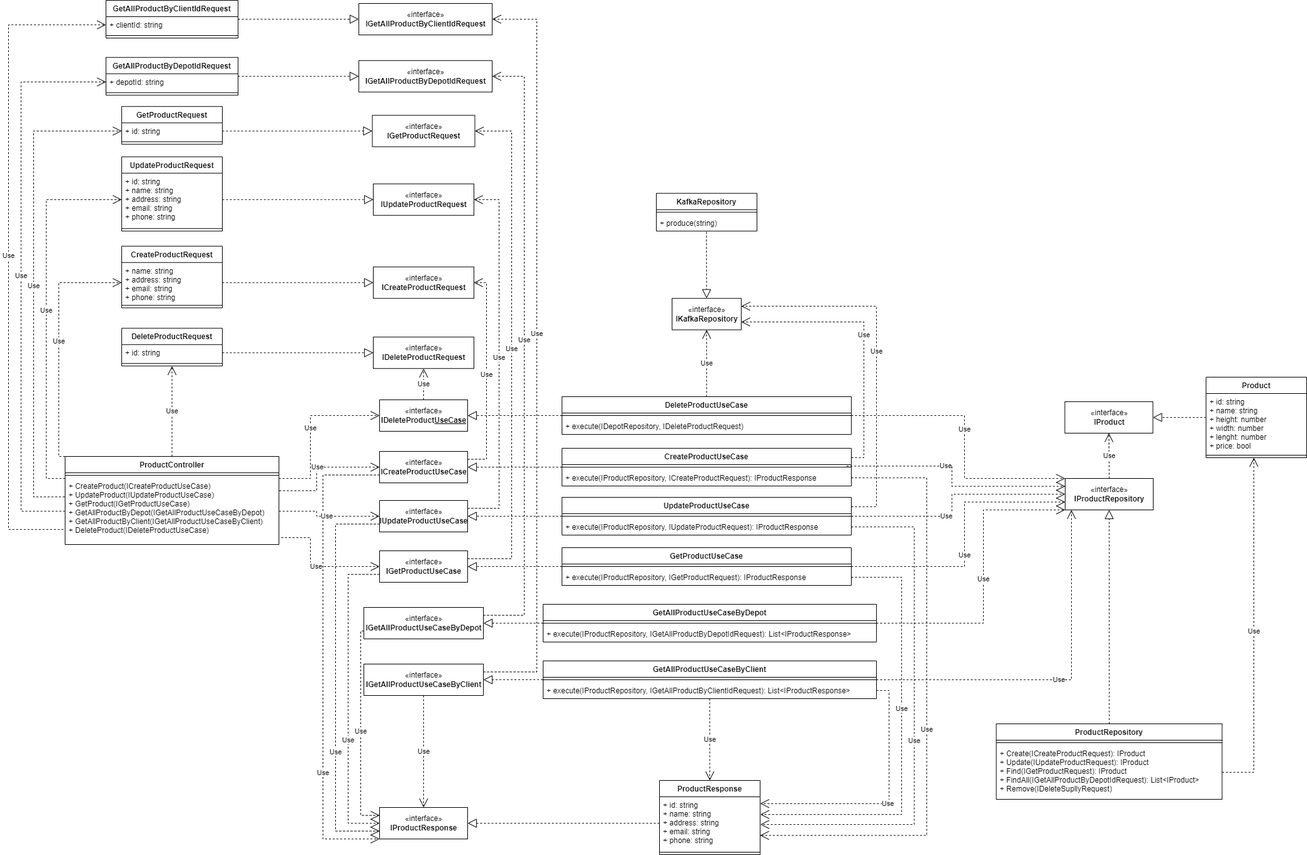
Above: project/diagrams/class-diagrams/products-service/png/products-service.png in bitols/logistics-services-management (draw.io), before the change. Source tidied: cells renumbered, new cells last; positions are measured from the earlier drawing's top-left corner, leaving out a move shared by most shapes.
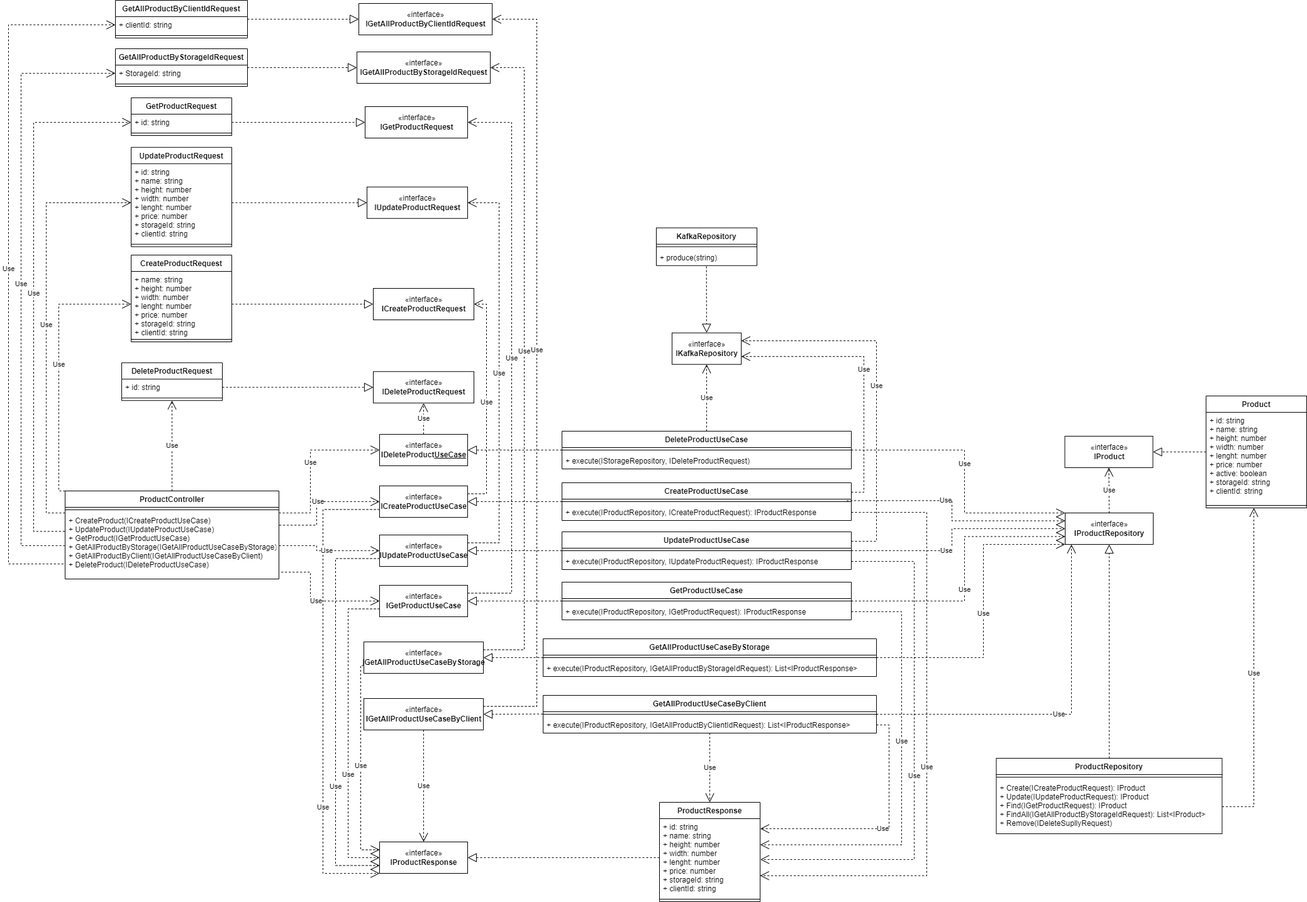
After the change.

Change to the diagram source:
```diff
@@ -53,7 +53,7 @@
     <mxCell id="18" style="line;strokeWidth=1;fillColor=none;align=left;verticalAlign=middle;spacingTop=-1;spacingLeft=3;spacingRight=3;labelPosition=right;" parent="17" vertex="1">
       <mxGeometry y="26" width="460" height="8" as="geometry" />
     </mxCell>
-    <mxCell id="19" value="+ execute(IDepotRepository, IDeleteProductRequest)" style="text;strokeColor=none;fillColor=none;align=left;verticalAlign=top;spacingLeft=4;spacingRight=4;overflow=hidden;" parent="17" vertex="1">
+    <mxCell id="19" value="+ execute(IStorageRepository, IDeleteProductRequest)" style="text;strokeColor=none;fillColor=none;align=left;verticalAlign=top;spacingLeft=4;spacingRight=4;overflow=hidden;" parent="17" vertex="1">
       <mxGeometry y="34" width="460" height="26" as="geometry" />
     </mxCell>
     <mxCell id="20" value="&lt;span style=&quot;color: rgba(0 , 0 , 0 , 0) ; font-family: monospace ; font-size: 0px&quot;&gt;%3CmxGraphModel%3E%3Croot%3E%3CmxCell%20id%3D%220%22%2F%3E%3CmxCell%20id%3D%221%22%20parent%3D%220%22%2F%3E%3CmxCell%20id%3D%222%22%20value%3D%22%C2%ABinterface%C2%BB%26lt%3Bbr%26gt%3B%26lt%3Bb%26gt%3BICreateProductRequest%26lt%3B%2Fb%26gt%3B%22%20style%3D%22html%3D1%3B%22%20vertex%3D%221%22%20parent%3D%221%22%3E%3CmxGeometry%20x%3D%22-1110%22%20y%3D%22-2160%22%20width%3D%22140%22%20height%3D%2250%22%20as%3D%22geometry%22%2F%3E%3C%2FmxCell%3E%3CmxCell%20id%3D%223%22%20value%3D%22%C2%ABinterface%C2%BB%26lt%3Bbr%26gt%3B%26lt%3Bb%26gt%3BIGetProductRequest%26lt%3B%2Fb%26gt%3B%22%20style%3D%22html%3D1%3B%22%20vertex%3D%221%22%20parent%3D%221%22%3E%3CmxGeometry%20x%3D%22-1110%22%20y%3D%22-2040%22%20width%3D%22140%22%20height%3D%2250%22%20as%3D%22geometry%22%2F%3E%3C%2FmxCell%3E%3CmxCell%20id%3D%224%22%20value%3D%22%C2%ABinterface%C2%BB%26lt%3Bbr%26gt%3B%26lt%3Bb%26gt%3BIUpdateProductR%26lt%3B%2Fb%26gt%3B%26lt%3Bspan%20style%3D%26quot%3Bcolor%3A%20rgba(0%20%2C%200%20%2C%200%20%2C%200)%20%3B%20font-family%3A%20monospace%20%3B%20font-size%3A%200px%26quot%3B%26gt%3B%253CmxGraphModel%253E%253Croot%253E%253CmxCell%2520id%253D%25220%2522%252F%253E%253CmxCell%2520id%253D%25221%2522%2520parent%253D%25220%2522%252F%253E%253CmxCell%2520id%253D%25222%2522%2520value%253D%2522%25C2%25ABinterface%25C2%25BB%2526lt%253Bbr%2526gt%253B%2526lt%253Bb%2526gt%253BICreateProductRequest%2526lt%253B%252Fb%2526gt%253B%2522%2520style%253D%2522html%253D1%253B%2522%2520vertex%253D%25221%2522%2520parent%253D%25221%2522%253E%253CmxGeometry%2520x%253D%2522-790%2522%2520y%253D%2522-1310%2522%2520width%253D%2522140%2522%2520height%253D%252250%2522%2520as%253D%2522geometry%2522%252F%253E%253C%252FmxCell%253E%253C%252Froot%253E%253C%252FmxGraphModel%253E%26lt%3B%2Fspan%26gt%3B%26lt%3Bb%26gt%3B%26lt%3Bbr%26gt%3Bequest%26lt%3B%2Fb%26gt%3B%22%20style%3D%22html%3D1%3B%22%20vertex%3D%221%22%20parent%3D%221%22%3E%3CmxGeometry%20x%3D%22-1110%22%20y%3D%22-2100%22%20width%3D%22140%22%20height%3D%2250%22%20as%3D%22geometry%22%2F%3E%3C%2FmxCell%3E%3CmxCell%20id%3D%225%22%20value%3D%22%C2%ABinterface%C2%BB%26lt%3Bbr%26gt%3B%26lt%3Bb%26gt%3BIDeleteProductRequest%26lt%3B%2Fb%26gt%3B%22%20style%3D%22html%3D1%3B%22%20vertex%3D%221%22%20parent%3D%221%22%3E%3CmxGeometry%20x%3D%22-1110%22%20y%3D%22-1980%22%20width%3D%22140%22%20height%3D%2250%22%20as%3D%22geometry%22%2F%3E%3C%2FmxCell%3E%3C%2Froot%3E%3C%2FmxGraphModel%3E&lt;/span&gt;" style="html=1;strokeColor=none;fillColor=none;" parent="1" vertex="1">
@@ -158,7 +158,7 @@
       <mxGeometry relative="1" as="geometry" />
     </mxCell>
     <mxCell id="36" value="GetProductRequest" style="swimlane;fontStyle=1;align=center;verticalAlign=top;horizontal=1;startSize=26;" parent="1" vertex="1">
-      <mxGeometry x="180" y="168.8" width="160" height="60" as="geometry" />
+      <mxGeometry x="195" y="100" width="160" height="60" as="geometry" />
     </mxCell>
     <mxCell id="37" value="+ id: string" style="text;strokeColor=none;fillColor=none;align=left;verticalAlign=top;spacingLeft=4;spacingRight=4;overflow=hidden;points=[[0,0.5],[1,0.5]];portConstraint=eastwest;" parent="36" vertex="1">
       <mxGeometry y="26" width="160" height="26" as="geometry" />
@@ -167,22 +167,22 @@
       <mxGeometry y="52" width="160" height="8" as="geometry" />
     </mxCell>
     <mxCell id="39" value="UpdateProductRequest" style="swimlane;fontStyle=1;align=center;verticalAlign=top;horizontal=1;startSize=26;" parent="1" vertex="1">
-      <mxGeometry x="180" y="248.8" width="160" height="118" as="geometry" />
+      <mxGeometry x="195" y="178.8" width="160" height="158" as="geometry" />
     </mxCell>
-    <mxCell id="40" value="+ id: string&#10;+ name: string&#10;+ address: string&#10;+ email: string&#10;+ phone: string" style="text;strokeColor=none;fillColor=none;align=left;verticalAlign=top;spacingLeft=4;spacingRight=4;overflow=hidden;points=[[0,0.5],[1,0.5]];portConstraint=eastwest;" parent="39" vertex="1">
-      <mxGeometry y="26" width="160" height="84" as="geometry" />
+    <mxCell id="40" value="+ id: string&#10;+ name: string&#10;+ height: number&#10;+ width: number&#10;+ lenght: number&#10;+ price: number&#10;+ storageId: string&#10;+ clientId: string" style="text;strokeColor=none;fillColor=none;align=left;verticalAlign=top;spacingLeft=4;spacingRight=4;overflow=hidden;points=[[0,0.5],[1,0.5]];portConstraint=eastwest;" parent="39" vertex="1">
+      <mxGeometry y="26" width="160" height="124" as="geometry" />
     </mxCell>
     <mxCell id="41" style="line;strokeWidth=1;fillColor=none;align=left;verticalAlign=middle;spacingTop=-1;spacingLeft=3;spacingRight=3;labelPosition=right;" parent="39" vertex="1">
-      <mxGeometry y="110" width="160" height="8" as="geometry" />
+      <mxGeometry y="150" width="160" height="8" as="geometry" />
     </mxCell>
     <mxCell id="42" value="CreateProductRequest" style="swimlane;fontStyle=1;align=center;verticalAlign=top;horizontal=1;startSize=26;" parent="1" vertex="1">
-      <mxGeometry x="180" y="390.8" width="160" height="98" as="geometry" />
+      <mxGeometry x="195" y="350" width="160" height="138" as="geometry" />
     </mxCell>
-    <mxCell id="43" value="+ name: string&#10;+ address: string&#10;+ email: string&#10;+ phone: string" style="text;strokeColor=none;fillColor=none;align=left;verticalAlign=top;spacingLeft=4;spacingRight=4;overflow=hidden;points=[[0,0.5],[1,0.5]];portConstraint=eastwest;" parent="42" vertex="1">
-      <mxGeometry y="26" width="160" height="64" as="geometry" />
+    <mxCell id="43" value="+ name: string&#10;+ height: number&#10;+ width: number&#10;+ lenght: number&#10;+ price: number&#10;+ storageId: string&#10;+ clientId: string" style="text;strokeColor=none;fillColor=none;align=left;verticalAlign=top;spacingLeft=4;spacingRight=4;overflow=hidden;points=[[0,0.5],[1,0.5]];portConstraint=eastwest;" parent="42" vertex="1">
+      <mxGeometry y="26" width="160" height="104" as="geometry" />
     </mxCell>
     <mxCell id="44" style="line;strokeWidth=1;fillColor=none;align=left;verticalAlign=middle;spacingTop=-1;spacingLeft=3;spacingRight=3;labelPosition=right;" parent="42" vertex="1">
-      <mxGeometry y="90" width="160" height="8" as="geometry" />
+      <mxGeometry y="130" width="160" height="8" as="geometry" />
     </mxCell>
     <mxCell id="45" value="Use" style="endArrow=open;endSize=12;dashed=1;html=1;rounded=0;exitX=1;exitY=0.5;exitDx=0;exitDy=0;entryX=1.002;entryY=0.335;entryDx=0;entryDy=0;edgeStyle=elbowEdgeStyle;entryPerimeter=0;" parent="1" edge="1" source="16" target="49">
       <mxGeometry x="-0.15" relative="1" as="geometry">
@@ -224,13 +224,13 @@
       </mxGeometry>
     </mxCell>
     <mxCell id="48" value="ProductResponse" style="swimlane;fontStyle=1;align=center;verticalAlign=top;horizontal=1;startSize=26;" parent="1" vertex="1">
-      <mxGeometry x="1035" y="1240" width="160" height="118" as="geometry" />
+      <mxGeometry x="1035" y="1220" width="160" height="158" as="geometry" />
     </mxCell>
-    <mxCell id="49" value="+ id: string&#10;+ name: string&#10;+ address: string&#10;+ email: string&#10;+ phone: string" style="text;strokeColor=none;fillColor=none;align=left;verticalAlign=top;spacingLeft=4;spacingRight=4;overflow=hidden;points=[[0,0.5],[1,0.5]];portConstraint=eastwest;" parent="48" vertex="1">
-      <mxGeometry y="26" width="160" height="84" as="geometry" />
+    <mxCell id="49" value="+ id: string&#10;+ name: string&#10;+ height: number&#10;+ width: number&#10;+ lenght: number&#10;+ price: number&#10;+ storageId: string&#10;+ clientId: string" style="text;strokeColor=none;fillColor=none;align=left;verticalAlign=top;spacingLeft=4;spacingRight=4;overflow=hidden;points=[[0,0.5],[1,0.5]];portConstraint=eastwest;" parent="48" vertex="1">
+      <mxGeometry y="26" width="160" height="124" as="geometry" />
     </mxCell>
     <mxCell id="50" style="line;strokeWidth=1;fillColor=none;align=left;verticalAlign=middle;spacingTop=-1;spacingLeft=3;spacingRight=3;labelPosition=right;" parent="48" vertex="1">
-      <mxGeometry y="110" width="160" height="8" as="geometry" />
+      <mxGeometry y="150" width="160" height="8" as="geometry" />
     </mxCell>
     <mxCell id="51" value="Use" style="endArrow=open;endSize=12;dashed=1;html=1;rounded=0;exitX=0.5;exitY=0;exitDx=0;exitDy=0;entryX=0.5;entryY=1;entryDx=0;entryDy=0;" parent="1" edge="1" source="75" target="76">
       <mxGeometry relative="1" as="geometry" />
@@ -239,13 +239,13 @@
       <mxGeometry x="580" y="535.2" width="160" height="50" as="geometry" />
     </mxCell>
     <mxCell id="53" value="«interface»&lt;br&gt;&lt;b&gt;ICreateProductRequest&lt;/b&gt;" style="html=1;" parent="1" vertex="1">
-      <mxGeometry x="580" y="423.8" width="160" height="50" as="geometry" />
+      <mxGeometry x="580" y="403" width="160" height="50" as="geometry" />
     </mxCell>
     <mxCell id="54" value="«interface»&lt;br&gt;&lt;b&gt;IUpdateProductR&lt;/b&gt;&lt;span style=&quot;color: rgba(0 , 0 , 0 , 0) ; font-family: monospace ; font-size: 0px&quot;&gt;3CmxGraphModel%3E%3Croot%3E%3CmxCell%20id%3D%220%22%2F%3E%3CmxCell%20id%3D%221%22%20parent%3D%220%22%2F%3E%3CmxCell%20id%3D%222%22%20value%3D%22%C2%ABinterface%C2%BB%26lt%3Bbr%26gt%3B%26lt%3Bb%26gt%3BICreateProductRequest%26lt%3B%2Fb%26gt%3B%22%20style%3D%22html%3D1%3B%22%20vertex%3D%221%22%20parent%3D%221%22%3E%3CmxGeometry%20x%3D%22-790%22%20y%3D%22-1310%22%20width%3D%22140%22%20height%3D%2250%22%20as%3D%22geometry%22%2F%3E%3C%2FmxCell%3E%3C%2Froot%3E%3C%2FmxGraphModel%3E&lt;/span&gt;&lt;b&gt;equest&lt;/b&gt;" style="html=1;" parent="1" vertex="1">
-      <mxGeometry x="580" y="291.8" width="160" height="50" as="geometry" />
+      <mxGeometry x="570" y="241.8" width="160" height="50" as="geometry" />
     </mxCell>
     <mxCell id="55" value="«interface»&lt;br&gt;&lt;b&gt;IGetProductRequest&lt;/b&gt;" style="html=1;" parent="1" vertex="1">
-      <mxGeometry x="578.5" y="182.8" width="163" height="50" as="geometry" />
+      <mxGeometry x="567" y="114" width="163" height="50" as="geometry" />
     </mxCell>
     <mxCell id="56" value="Use" style="endArrow=open;endSize=12;dashed=1;html=1;rounded=0;entryX=0.5;entryY=1;entryDx=0;entryDy=0;exitX=0.5;exitY=0;exitDx=0;exitDy=0;" parent="1" edge="1" source="24" target="52">
       <mxGeometry relative="1" as="geometry" />
@@ -256,7 +256,7 @@
     <mxCell id="58" style="line;strokeWidth=1;fillColor=none;align=left;verticalAlign=middle;spacingTop=-1;spacingLeft=3;spacingRight=3;labelPosition=right;" parent="57" vertex="1">
       <mxGeometry y="26" width="340" height="8" as="geometry" />
     </mxCell>
-    <mxCell id="59" value="+ CreateProduct(ICreateProductUseCase)&#10;+ UpdateProduct(IUpdateProductUseCase)&#10;+ GetProduct(IGetProductUseCase)&#10;+ GetAllProductByDepot(IGetAllProductUseCaseByDepot)&#10;+ GetAllProductByClient(IGetAllProductUseCaseByClient)&#10;+ DeleteProduct(IDeleteProductUseCase)" style="text;strokeColor=none;fillColor=none;align=left;verticalAlign=top;spacingLeft=4;spacingRight=4;overflow=hidden;points=[[0,0.5],[1,0.5]];portConstraint=eastwest;" parent="57" vertex="1">
+    <mxCell id="59" value="+ CreateProduct(ICreateProductUseCase)&#10;+ UpdateProduct(IUpdateProductUseCase)&#10;+ GetProduct(IGetProductUseCase)&#10;+ GetAllProductByStorage(IGetAllProductUseCaseByStorage)&#10;+ GetAllProductByClient(IGetAllProductUseCaseByClient)&#10;+ DeleteProduct(IDeleteProductUseCase)" style="text;strokeColor=none;fillColor=none;align=left;verticalAlign=top;spacingLeft=4;spacingRight=4;overflow=hidden;points=[[0,0.5],[1,0.5]];portConstraint=eastwest;" parent="57" vertex="1">
       <mxGeometry y="34" width="340" height="106" as="geometry" />
     </mxCell>
     <mxCell id="60" style="endArrow=block;dashed=1;endFill=0;endSize=12;html=1;rounded=0;entryX=0;entryY=0.5;entryDx=0;entryDy=0;" parent="1" edge="1" source="37" target="55">
@@ -371,7 +371,7 @@
     <mxCell id="78" style="line;strokeWidth=1;fillColor=none;align=left;verticalAlign=middle;spacingTop=-1;spacingLeft=3;spacingRight=3;labelPosition=right;" parent="77" vertex="1">
       <mxGeometry y="26" width="359" height="8" as="geometry" />
     </mxCell>
-    <mxCell id="79" value="+ Create(ICreateProductRequest): IProduct&#10;+ Update(IUpdateProductRequest): IProduct&#10;+ Find(IGetProductRequest): IProduct&#10;+ FindAll(IGetAllProductByDepotIdRequest): List&lt;IProduct&gt;&#10;+ Remove(IDeleteSupllyRequest)" style="text;strokeColor=none;fillColor=none;align=left;verticalAlign=top;spacingLeft=4;spacingRight=4;overflow=hidden;points=[[0,0.5],[1,0.5]];portConstraint=eastwest;" parent="77" vertex="1">
+    <mxCell id="79" value="+ Create(ICreateProductRequest): IProduct&#10;+ Update(IUpdateProductRequest): IProduct&#10;+ Find(IGetProductRequest): IProduct&#10;+ FindAll(IGetAllProductByStorageIdRequest): List&lt;IProduct&gt;&#10;+ Remove(IDeleteSupllyRequest)" style="text;strokeColor=none;fillColor=none;align=left;verticalAlign=top;spacingLeft=4;spacingRight=4;overflow=hidden;points=[[0,0.5],[1,0.5]];portConstraint=eastwest;" parent="77" vertex="1">
       <mxGeometry y="34" width="359" height="86" as="geometry" />
     </mxCell>
     <mxCell id="80" style="endArrow=block;dashed=1;endFill=0;endSize=12;html=1;rounded=0;entryX=0.5;entryY=1;entryDx=0;entryDy=0;exitX=0.5;exitY=0;exitDx=0;exitDy=0;" parent="1" edge="1" source="77" target="75">
@@ -421,16 +421,16 @@
         </Array>
       </mxGeometry>
     </mxCell>
-    <mxCell id="91" value="«interface»&lt;br&gt;&lt;b&gt;IGetAllProductUseCaseByDepot&lt;/b&gt;" style="html=1;" parent="1" vertex="1">
+    <mxCell id="91" value="«interface»&lt;br&gt;&lt;b&gt;IGetAllProductUseCaseByStorage&lt;/b&gt;" style="html=1;" parent="1" vertex="1">
       <mxGeometry x="565" y="965" width="190" height="50" as="geometry" />
     </mxCell>
-    <mxCell id="92" value="GetAllProductUseCaseByDepot" style="swimlane;fontStyle=1;align=center;verticalAlign=top;horizontal=1;startSize=26;" parent="1" vertex="1">
+    <mxCell id="92" value="GetAllProductUseCaseByStorage" style="swimlane;fontStyle=1;align=center;verticalAlign=top;horizontal=1;startSize=26;" parent="1" vertex="1">
       <mxGeometry x="850" y="960" width="530" height="60" as="geometry" />
     </mxCell>
     <mxCell id="93" style="line;strokeWidth=1;fillColor=none;align=left;verticalAlign=middle;spacingTop=-1;spacingLeft=3;spacingRight=3;labelPosition=right;" parent="92" vertex="1">
       <mxGeometry y="26" width="530" height="8" as="geometry" />
     </mxCell>
-    <mxCell id="94" value="+ execute(IProductRepository, IGetAllProductByDepotIdRequest): List&lt;IProductResponse&gt;" style="text;strokeColor=none;fillColor=none;align=left;verticalAlign=top;spacingLeft=4;spacingRight=4;overflow=hidden;" parent="92" vertex="1">
+    <mxCell id="94" value="+ execute(IProductRepository, IGetAllProductByStorageIdRequest): List&lt;IProductResponse&gt;" style="text;strokeColor=none;fillColor=none;align=left;verticalAlign=top;spacingLeft=4;spacingRight=4;overflow=hidden;" parent="92" vertex="1">
       <mxGeometry y="34" width="530" height="26" as="geometry" />
     </mxCell>
     <mxCell id="95" style="endArrow=block;dashed=1;endFill=0;endSize=12;html=1;rounded=0;exitX=0;exitY=0.5;exitDx=0;exitDy=0;entryX=1;entryY=0.5;entryDx=0;entryDy=0;" parent="1" edge="1" source="92" target="91">
@@ -457,13 +457,13 @@
         </Array>
       </mxGeometry>
     </mxCell>
-    <mxCell id="99" value="«interface»&lt;br&gt;&lt;b&gt;IGetAllProductByDepotIdRequest&lt;/b&gt;" style="html=1;" parent="1" vertex="1">
-      <mxGeometry x="557" y="95.8" width="212" height="50" as="geometry" />
+    <mxCell id="99" value="«interface»&lt;br&gt;&lt;b&gt;IGetAllProductByStorageIdRequest&lt;/b&gt;" style="html=1;" parent="1" vertex="1">
+      <mxGeometry x="554" y="27" width="212" height="50" as="geometry" />
     </mxCell>
-    <mxCell id="100" value="GetAllProductByDepotIdRequest" style="swimlane;fontStyle=1;align=center;verticalAlign=top;horizontal=1;startSize=26;" parent="1" vertex="1">
-      <mxGeometry x="155" y="90.8" width="210" height="60" as="geometry" />
+    <mxCell id="100" value="GetAllProductByStorageIdRequest" style="swimlane;fontStyle=1;align=center;verticalAlign=top;horizontal=1;startSize=26;" parent="1" vertex="1">
+      <mxGeometry x="170" y="22" width="210" height="60" as="geometry" />
     </mxCell>
-    <mxCell id="101" value="+ depotId: string" style="text;strokeColor=none;fillColor=none;align=left;verticalAlign=top;spacingLeft=4;spacingRight=4;overflow=hidden;points=[[0,0.5],[1,0.5]];portConstraint=eastwest;" parent="100" vertex="1">
+    <mxCell id="101" value="+ StorageId: string" style="text;strokeColor=none;fillColor=none;align=left;verticalAlign=top;spacingLeft=4;spacingRight=4;overflow=hidden;points=[[0,0.5],[1,0.5]];portConstraint=eastwest;" parent="100" vertex="1">
       <mxGeometry y="26" width="210" height="26" as="geometry" />
     </mxCell>
     <mxCell id="102" style="line;strokeWidth=1;fillColor=none;align=left;verticalAlign=middle;spacingTop=-1;spacingLeft=3;spacingRight=3;labelPosition=right;" parent="100" vertex="1">
@@ -516,10 +516,10 @@
       </mxGeometry>
     </mxCell>
     <mxCell id="113" value="«interface»&lt;br&gt;&lt;b&gt;IGetAllProductByClientIdRequest&lt;/b&gt;" style="html=1;" parent="1" vertex="1">
-      <mxGeometry x="557" y="5" width="212" height="50" as="geometry" />
+      <mxGeometry x="557" y="-50" width="212" height="50" as="geometry" />
     </mxCell>
     <mxCell id="114" value="GetAllProductByClientIdRequest" style="swimlane;fontStyle=1;align=center;verticalAlign=top;horizontal=1;startSize=26;" parent="1" vertex="1">
-      <mxGeometry x="155" width="210" height="60" as="geometry" />
+      <mxGeometry x="170" y="-55" width="210" height="60" as="geometry" />
     </mxCell>
     <mxCell id="115" value="+ clientId: string" style="text;strokeColor=none;fillColor=none;align=left;verticalAlign=top;spacingLeft=4;spacingRight=4;overflow=hidden;points=[[0,0.5],[1,0.5]];portConstraint=eastwest;" parent="114" vertex="1">
       <mxGeometry y="26" width="210" height="26" as="geometry" />
@@ -548,13 +548,13 @@
       <mxGeometry relative="1" as="geometry" />
     </mxCell>
     <mxCell id="121" value="Product" style="swimlane;fontStyle=1;align=center;verticalAlign=top;horizontal=1;startSize=26;" parent="1" vertex="1">
-      <mxGeometry x="1904" y="599" width="160" height="128" as="geometry" />
+      <mxGeometry x="1904" y="574" width="160" height="178" as="geometry" />
     </mxCell>
-    <mxCell id="122" value="+ id: string&#10;+ name: string&#10;+ height: number&#10;+ width: number&#10;+ lenght: number&#10;+ price: bool" style="text;strokeColor=none;fillColor=none;align=left;verticalAlign=top;spacingLeft=4;spacingRight=4;overflow=hidden;" parent="121" vertex="1">
-      <mxGeometry y="26" width="160" height="94" as="geometry" />
+    <mxCell id="122" value="+ id: string&#10;+ name: string&#10;+ height: number&#10;+ width: number&#10;+ lenght: number&#10;+ price: number&#10;+ active: boolean&#10;+ storageId: string&#10;+ clientId: string" style="text;strokeColor=none;fillColor=none;align=left;verticalAlign=top;spacingLeft=4;spacingRight=4;overflow=hidden;" parent="121" vertex="1">
+      <mxGeometry y="26" width="160" height="144" as="geometry" />
     </mxCell>
     <mxCell id="123" style="line;strokeWidth=1;fillColor=none;align=left;verticalAlign=middle;spacingTop=-1;spacingLeft=3;spacingRight=3;labelPosition=right;" parent="121" vertex="1">
-      <mxGeometry y="120" width="160" height="8" as="geometry" />
+      <mxGeometry y="170" width="160" height="8" as="geometry" />
     </mxCell>
   </root>
 </mxGraphModel>
```
